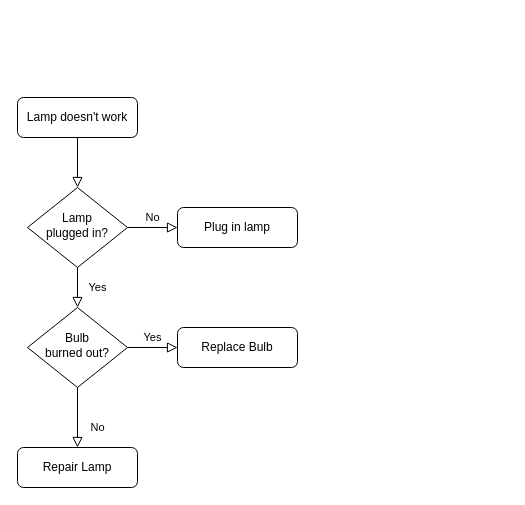
yarvysee/thumbnailator keeps this draw.io diagram as Untitled Diagram.drawio. Above is the earlier version. Source tidied: cells renumbered, new cells numbered last; positions are measured from the earlier drawing's top-left corner, leaving out a move shared by most shapes. Both pictures are drawn from the tidied source at 100%, with x=0, y=0 at pixel (17, 97).
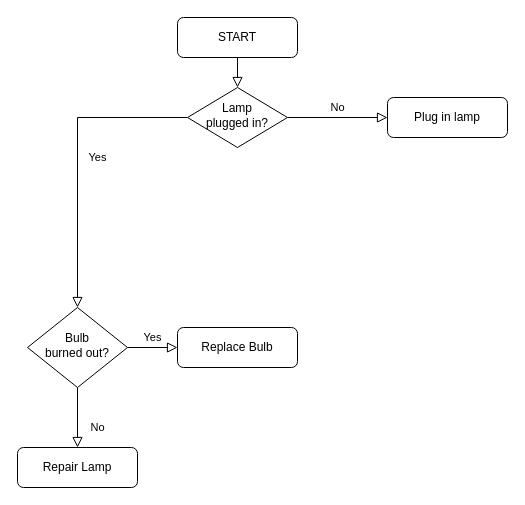
The same diagram, later.

The edit, as a diff of the source:
```diff
@@
 <mxGraphModel>
   <root>
     <mxCell id="0" />
     <mxCell id="1" parent="0" />
     <mxCell id="2" style="rounded=0;html=1;jettySize=auto;fontSize=11;endArrow=block;endFill=0;endSize=8;strokeWidth=1;shadow=0;labelBackgroundColor=none;edgeStyle=orthogonalEdgeStyle;" parent="1" edge="1" source="3" target="6">
       <mxGeometry relative="1" as="geometry" />
     </mxCell>
-    <mxCell id="3" value="Lamp doesn't work" style="rounded=1;whiteSpace=wrap;html=1;fontSize=12;glass=0;strokeWidth=1;shadow=0;" parent="1" vertex="1">
-      <mxGeometry width="120" height="40" as="geometry" />
+    <mxCell id="3" value="START" style="rounded=1;whiteSpace=wrap;html=1;fontSize=12;glass=0;strokeWidth=1;shadow=0;" parent="1" vertex="1">
+      <mxGeometry x="160" y="-80" width="120" height="40" as="geometry" />
     </mxCell>
     <mxCell id="4" value="Yes" style="rounded=0;html=1;jettySize=auto;fontSize=11;endArrow=block;endFill=0;endSize=8;strokeWidth=1;shadow=0;labelBackgroundColor=none;edgeStyle=orthogonalEdgeStyle;" parent="1" edge="1" source="6" target="10">
       <mxGeometry y="20" relative="1" as="geometry" />
     </mxCell>
     <mxCell id="5" value="No" style="edgeStyle=orthogonalEdgeStyle;rounded=0;html=1;jettySize=auto;fontSize=11;endArrow=block;endFill=0;endSize=8;strokeWidth=1;shadow=0;labelBackgroundColor=none;" parent="1" edge="1" source="6" target="7">
       <mxGeometry y="10" relative="1" as="geometry" />
     </mxCell>
     <mxCell id="6" value="Lamp&lt;br&gt;plugged in?" style="rhombus;whiteSpace=wrap;html=1;shadow=0;fontFamily=Helvetica;fontSize=12;align=center;strokeWidth=1;spacing=6;spacingTop=-4;" parent="1" vertex="1">
-      <mxGeometry x="10" y="90" width="100" height="80" as="geometry" />
+      <mxGeometry x="170" y="-10" width="100" height="60" as="geometry" />
     </mxCell>
     <mxCell id="7" value="Plug in lamp" style="rounded=1;whiteSpace=wrap;html=1;fontSize=12;glass=0;strokeWidth=1;shadow=0;" parent="1" vertex="1">
-      <mxGeometry x="160" y="110" width="120" height="40" as="geometry" />
+      <mxGeometry x="370" width="120" height="40" as="geometry" />
     </mxCell>
     <mxCell id="8" value="No" style="rounded=0;html=1;jettySize=auto;fontSize=11;endArrow=block;endFill=0;endSize=8;strokeWidth=1;shadow=0;labelBackgroundColor=none;edgeStyle=orthogonalEdgeStyle;" parent="1" edge="1" source="10" target="11">
       <mxGeometry x="0.33" y="20" relative="1" as="geometry" />
     </mxCell>
     <mxCell id="9" value="Yes" style="edgeStyle=orthogonalEdgeStyle;rounded=0;html=1;jettySize=auto;fontSize=11;endArrow=block;endFill=0;endSize=8;strokeWidth=1;shadow=0;labelBackgroundColor=none;" parent="1" edge="1" source="10" target="12">
       <mxGeometry y="10" relative="1" as="geometry" />
     </mxCell>
     <mxCell id="10" value="Bulb&lt;br&gt;burned out?" style="rhombus;whiteSpace=wrap;html=1;shadow=0;fontFamily=Helvetica;fontSize=12;align=center;strokeWidth=1;spacing=6;spacingTop=-4;" parent="1" vertex="1">
       <mxGeometry x="10" y="210" width="100" height="80" as="geometry" />
     </mxCell>
     <mxCell id="11" value="Repair Lamp" style="rounded=1;whiteSpace=wrap;html=1;fontSize=12;glass=0;strokeWidth=1;shadow=0;" parent="1" vertex="1">
       <mxGeometry y="350" width="120" height="40" as="geometry" />
     </mxCell>
     <mxCell id="12" value="Replace Bulb" style="rounded=1;whiteSpace=wrap;html=1;fontSize=12;glass=0;strokeWidth=1;shadow=0;" parent="1" vertex="1">
       <mxGeometry x="160" y="230" width="120" height="40" as="geometry" />
     </mxCell>
   </root>
 </mxGraphModel>
```
